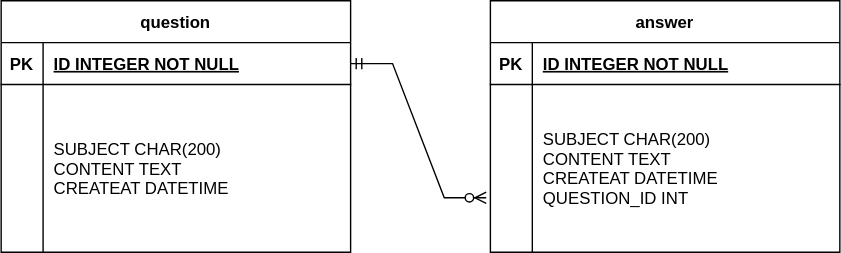
Earlier version of the draw.io export document/diagram.svg (bumjin-handy/sbb5). Source tidied: cells renumbered, new cells last; positions are measured from the earlier drawing's top-left corner, leaving out a move shared by most shapes.
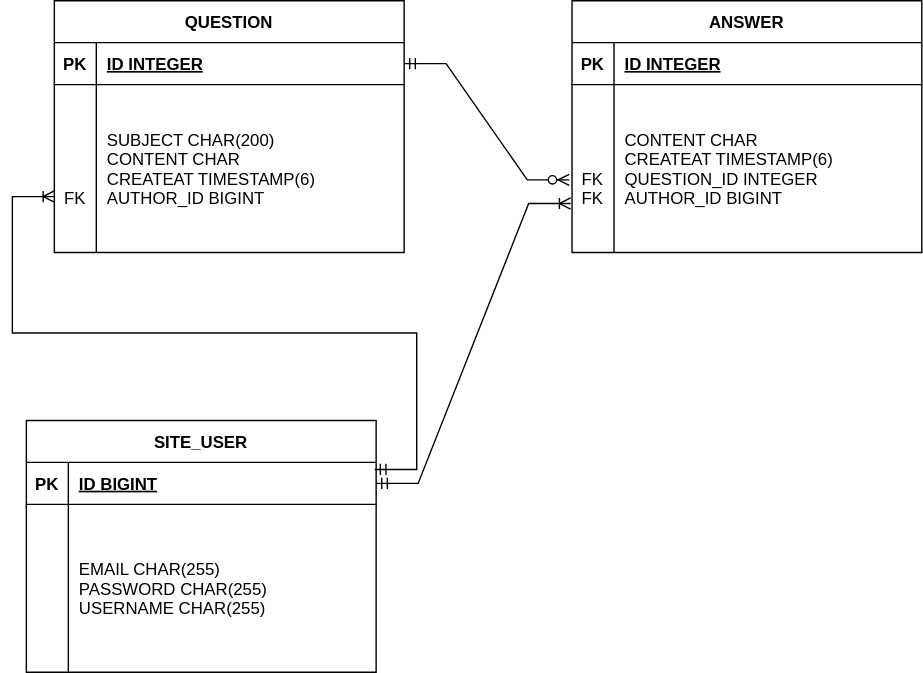
Above is the later version.

Commit message:
diagram.svg 업데이트 - author 추가

What changed in the source:
```diff
@@ -2,8 +2,8 @@
   <root>
     <mxCell id="0" />
     <mxCell id="1" parent="0" />
-    <mxCell id="2" value="question" style="shape=table;startSize=30;rowLines=0;fontStyle=1;align=center;" parent="1" vertex="1">
-      <mxGeometry width="250" height="180" as="geometry" />
+    <mxCell id="2" value="QUESTION" style="shape=table;startSize=30;rowLines=0;fontStyle=1;align=center;" parent="1" vertex="1">
+      <mxGeometry x="-20" width="250" height="180" as="geometry" />
     </mxCell>
     <mxCell id="3" style="shape=partialRectangle;fillColor=none;points=[[0,0.5],[1,0.5]];portConstraint=eastwest;top=0;left=0;right=0;bottom=1;" parent="2" vertex="1">
       <mxGeometry y="30" width="250" height="30" as="geometry" />
@@ -11,19 +11,19 @@
     <mxCell id="4" value="PK" style="shape=partialRectangle;overflow=hidden;fillColor=none;top=0;left=0;bottom=0;right=0;fontStyle=1;" parent="3" vertex="1">
       <mxGeometry width="30" height="30" as="geometry" />
     </mxCell>
-    <mxCell id="5" value="ID INTEGER NOT NULL " style="shape=partialRectangle;overflow=hidden;fillColor=none;top=0;left=0;bottom=0;right=0;align=left;spacingLeft=6;fontStyle=5;" parent="3" vertex="1">
+    <mxCell id="5" value="ID INTEGER" style="shape=partialRectangle;overflow=hidden;fillColor=none;top=0;left=0;bottom=0;right=0;align=left;spacingLeft=6;fontStyle=5;" parent="3" vertex="1">
       <mxGeometry x="30" width="220" height="30" as="geometry" />
     </mxCell>
     <mxCell id="6" style="shape=partialRectangle;fillColor=none;top=0;left=0;right=0;bottom=0;" parent="2" vertex="1">
       <mxGeometry y="60" width="250" height="120" as="geometry" />
     </mxCell>
-    <mxCell id="7" style="shape=partialRectangle;overflow=hidden;fillColor=none;top=0;left=0;bottom=0;right=0;" parent="6" vertex="1">
+    <mxCell id="7" value="&#10;&#10;&#10;FK" style="shape=partialRectangle;overflow=hidden;fillColor=none;top=0;left=0;bottom=0;right=0;" parent="6" vertex="1">
       <mxGeometry width="30" height="120" as="geometry" />
     </mxCell>
-    <mxCell id="8" value="SUBJECT CHAR(200)&#10;CONTENT TEXT&#10;CREATEAT DATETIME" style="shape=partialRectangle;overflow=hidden;fillColor=none;top=0;left=0;bottom=0;right=0;align=left;spacingLeft=6;" parent="6" vertex="1">
+    <mxCell id="8" value="SUBJECT CHAR(200)&#10;CONTENT CHAR&#10;CREATEAT TIMESTAMP(6)&#10;AUTHOR_ID BIGINT" style="shape=partialRectangle;overflow=hidden;fillColor=none;top=0;left=0;bottom=0;right=0;align=left;spacingLeft=6;" parent="6" vertex="1">
       <mxGeometry x="30" width="220" height="120" as="geometry" />
     </mxCell>
-    <mxCell id="9" value="answer" style="shape=table;startSize=30;rowLines=0;fontStyle=1;align=center;" parent="1" vertex="1">
+    <mxCell id="9" value="ANSWER" style="shape=table;startSize=30;rowLines=0;fontStyle=1;align=center;" parent="1" vertex="1">
       <mxGeometry x="350" width="250" height="180" as="geometry" />
     </mxCell>
     <mxCell id="10" style="shape=partialRectangle;fillColor=none;top=0;left=0;right=0;bottom=1;" parent="9" vertex="1">
@@ -32,20 +32,57 @@
     <mxCell id="11" value="PK" style="shape=partialRectangle;overflow=hidden;fillColor=none;top=0;left=0;bottom=0;right=0;fontStyle=1;" parent="10" vertex="1">
       <mxGeometry width="30" height="30" as="geometry" />
     </mxCell>
-    <mxCell id="12" value="ID INTEGER NOT NULL " style="shape=partialRectangle;overflow=hidden;fillColor=none;top=0;left=0;bottom=0;right=0;align=left;spacingLeft=6;fontStyle=5;" parent="10" vertex="1">
+    <mxCell id="12" value="ID INTEGER" style="shape=partialRectangle;overflow=hidden;fillColor=none;top=0;left=0;bottom=0;right=0;align=left;spacingLeft=6;fontStyle=5;" parent="10" vertex="1">
       <mxGeometry x="30" width="220" height="30" as="geometry" />
     </mxCell>
     <mxCell id="13" style="shape=partialRectangle;fillColor=none;points=[[0,0.5],[1,0.5]];portConstraint=eastwest;top=0;left=0;right=0;bottom=0;" parent="9" vertex="1">
       <mxGeometry y="60" width="250" height="120" as="geometry" />
     </mxCell>
-    <mxCell id="14" style="shape=partialRectangle;overflow=hidden;fillColor=none;top=0;left=0;bottom=0;right=0;" parent="13" vertex="1">
+    <mxCell id="14" value="&#10;&#10;FK&#10;FK" style="shape=partialRectangle;overflow=hidden;fillColor=none;top=0;left=0;bottom=0;right=0;" parent="13" vertex="1">
       <mxGeometry width="30" height="120" as="geometry" />
     </mxCell>
-    <mxCell id="15" value="SUBJECT CHAR(200)&#10;CONTENT TEXT&#10;CREATEAT DATETIME&#10;QUESTION_ID INT" style="shape=partialRectangle;overflow=hidden;fillColor=none;top=0;left=0;bottom=0;right=0;align=left;spacingLeft=6;" parent="13" vertex="1">
+    <mxCell id="15" value="CONTENT CHAR&#10;CREATEAT TIMESTAMP(6)&#10;QUESTION_ID INTEGER&#10;AUTHOR_ID BIGINT" style="shape=partialRectangle;overflow=hidden;fillColor=none;top=0;left=0;bottom=0;right=0;align=left;spacingLeft=6;" parent="13" vertex="1">
       <mxGeometry x="30" width="220" height="120" as="geometry" />
     </mxCell>
-    <mxCell id="16" style="edgeStyle=entityRelationEdgeStyle;fontSize=12;html=1;endArrow=ERzeroToMany;startArrow=ERmandOne;rounded=0;exitX=1;exitY=0.5;exitDx=0;exitDy=0;entryX=-0.012;entryY=0.675;entryDx=0;entryDy=0;entryPerimeter=0;" parent="1" edge="1" source="3" target="13">
-      <mxGeometry relative="1" as="geometry" />
+    <mxCell id="16" style="edgeStyle=entityRelationEdgeStyle;fontSize=12;html=1;endArrow=ERzeroToMany;startArrow=ERmandOne;rounded=0;exitX=1;exitY=0.5;exitDx=0;exitDy=0;entryX=-0.008;entryY=0.567;entryDx=0;entryDy=0;entryPerimeter=0;" parent="1" edge="1" source="3" target="13">
+      <mxGeometry relative="1" as="geometry">
+        <Array as="points">
+          <mxPoint x="340" y="130" />
+        </Array>
+      </mxGeometry>
     </mxCell>
+    <mxCell id="17" value="SITE_USER" style="shape=table;startSize=30;rowLines=0;fontStyle=1;align=center;" parent="1" vertex="1">
+      <mxGeometry x="-40" y="300" width="250" height="180" as="geometry" />
+    </mxCell>
+    <mxCell id="18" style="shape=partialRectangle;fillColor=none;points=[[0,0.5],[1,0.5]];portConstraint=eastwest;top=0;left=0;right=0;bottom=1;" parent="17" vertex="1">
+      <mxGeometry y="30" width="250" height="30" as="geometry" />
+    </mxCell>
+    <mxCell id="19" value="PK" style="shape=partialRectangle;overflow=hidden;fillColor=none;top=0;left=0;bottom=0;right=0;fontStyle=1;" parent="18" vertex="1">
+      <mxGeometry width="30" height="30" as="geometry" />
+    </mxCell>
+    <mxCell id="20" value="ID BIGINT" style="shape=partialRectangle;overflow=hidden;fillColor=none;top=0;left=0;bottom=0;right=0;align=left;spacingLeft=6;fontStyle=5;" parent="18" vertex="1">
+      <mxGeometry x="30" width="220" height="30" as="geometry" />
+    </mxCell>
+    <mxCell id="21" style="shape=partialRectangle;fillColor=none;top=0;left=0;right=0;bottom=0;" parent="17" vertex="1">
+      <mxGeometry y="60" width="250" height="120" as="geometry" />
+    </mxCell>
+    <mxCell id="22" style="shape=partialRectangle;overflow=hidden;fillColor=none;top=0;left=0;bottom=0;right=0;" parent="21" vertex="1">
+      <mxGeometry width="30" height="120" as="geometry" />
+    </mxCell>
+    <mxCell id="23" value="EMAIL CHAR(255)&#10;PASSWORD CHAR(255)&#10;USERNAME CHAR(255)" style="shape=partialRectangle;overflow=hidden;fillColor=none;top=0;left=0;bottom=0;right=0;align=left;spacingLeft=6;" parent="21" vertex="1">
+      <mxGeometry x="30" width="220" height="120" as="geometry" />
+    </mxCell>
+    <mxCell id="24" style="edgeStyle=entityRelationEdgeStyle;fontSize=12;html=1;endArrow=ERoneToMany;startArrow=ERmandOne;rounded=0;exitX=0.996;exitY=0.167;exitDx=0;exitDy=0;exitPerimeter=0;" parent="1" edge="1" source="18">
+      <mxGeometry relative="1" as="geometry">
+        <mxPoint x="-20" y="140" as="targetPoint" />
+      </mxGeometry>
+    </mxCell>
+    <mxCell id="25" style="edgeStyle=entityRelationEdgeStyle;fontSize=12;html=1;endArrow=ERoneToMany;startArrow=ERmandOne;rounded=0;entryX=-0.004;entryY=0.708;entryDx=0;entryDy=0;entryPerimeter=0;exitX=1;exitY=0.5;exitDx=0;exitDy=0;" parent="1" edge="1" source="18" target="13">
+      <mxGeometry relative="1" as="geometry">
+        <Array as="points">
+          <mxPoint x="250" y="353" />
+        </Array>
+      </mxGeometry>
+    </mxCell>
   </root>
 </mxGraphModel>
```
